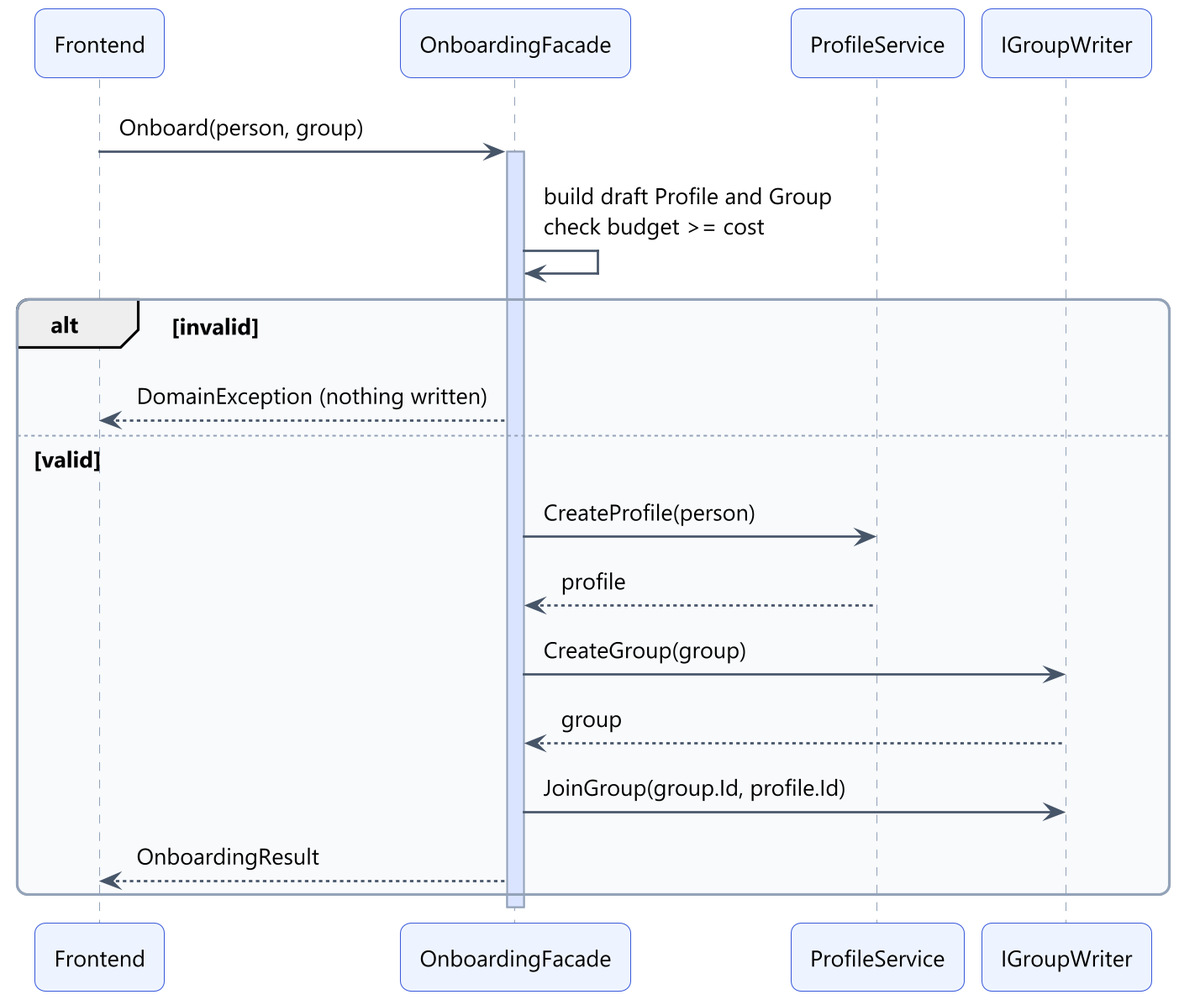
Earlier version of the PlantUML export lab-02/csharp/assets/d06-facade.png (Lucian-Adrian/sem5-software-design). Source of this version:
```plantuml
@startuml d06-facade
skinparamlocked dpi 200
!include style.iuml
participant Frontend as F
participant OnboardingFacade as O
participant ProfileService as P
participant IGroupWriter as G
F -> O : Onboard(person, group)
activate O
O -> O : build draft Profile and Group\ncheck budget >= cost
alt invalid
  O --> F : DomainException (nothing written)
else valid
  O -> P : CreateProfile(person)
  P --> O : profile
  O -> G : CreateGroup(group)
  G --> O : group
  O -> G : JoinGroup(group.Id, profile.Id)
  O --> F : OnboardingResult
end
deactivate O
@enduml
```
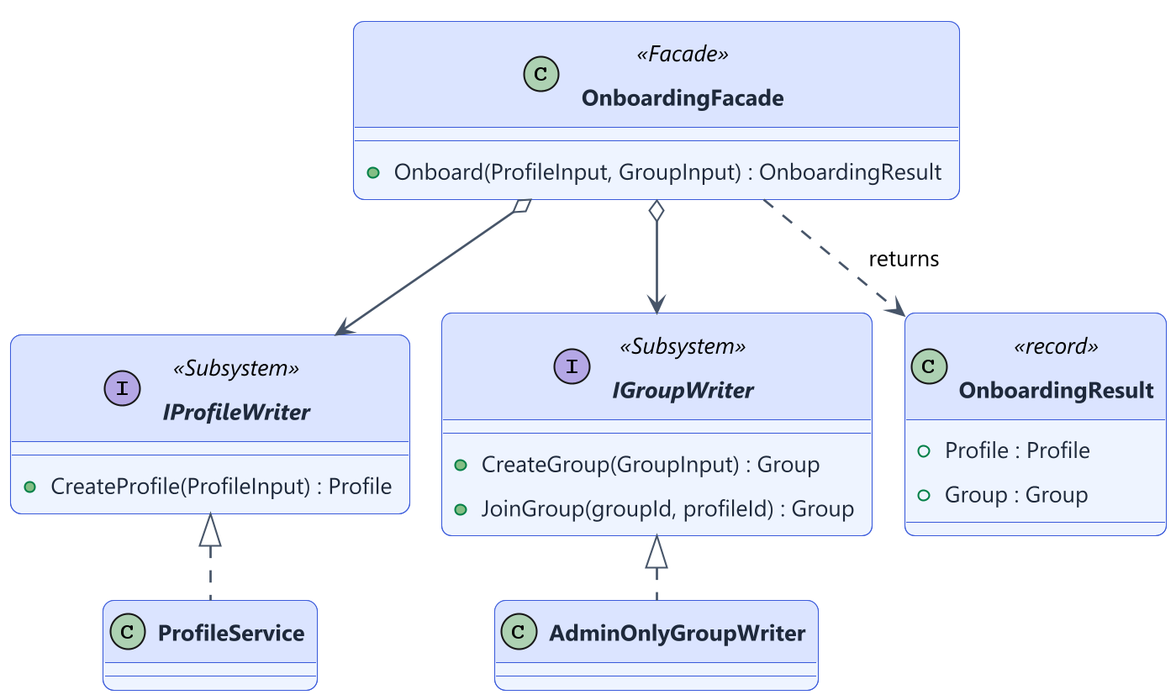
After the commit.

The edit, as a diff of the source:
```diff
@@ -1,22 +1,23 @@
 @startuml d06-facade
 skinparamlocked dpi 200
 !include style.iuml
-participant Frontend as F
-participant OnboardingFacade as O
-participant ProfileService as P
-participant IGroupWriter as G
-F -> O : Onboard(person, group)
-activate O
-O -> O : build draft Profile and Group\ncheck budget >= cost
-alt invalid
-  O --> F : DomainException (nothing written)
-else valid
-  O -> P : CreateProfile(person)
-  P --> O : profile
-  O -> G : CreateGroup(group)
-  G --> O : group
-  O -> G : JoinGroup(group.Id, profile.Id)
-  O --> F : OnboardingResult
-end
-deactivate O
+class OnboardingFacade <<Facade>> {
+  +Onboard(ProfileInput, GroupInput) : OnboardingResult
+}
+interface IProfileWriter <<Subsystem>> {
+  +CreateProfile(ProfileInput) : Profile
+}
+interface IGroupWriter <<Subsystem>> {
+  +CreateGroup(GroupInput) : Group
+  +JoinGroup(groupId, profileId) : Group
+}
+class OnboardingResult <<record>> {
+  +Profile : Profile
+  +Group : Group
+}
+OnboardingFacade o--> IProfileWriter
+OnboardingFacade o--> IGroupWriter
+OnboardingFacade ..> OnboardingResult : returns
+IProfileWriter <|.. ProfileService
+IGroupWriter <|.. AdminOnlyGroupWriter
 @enduml
```
